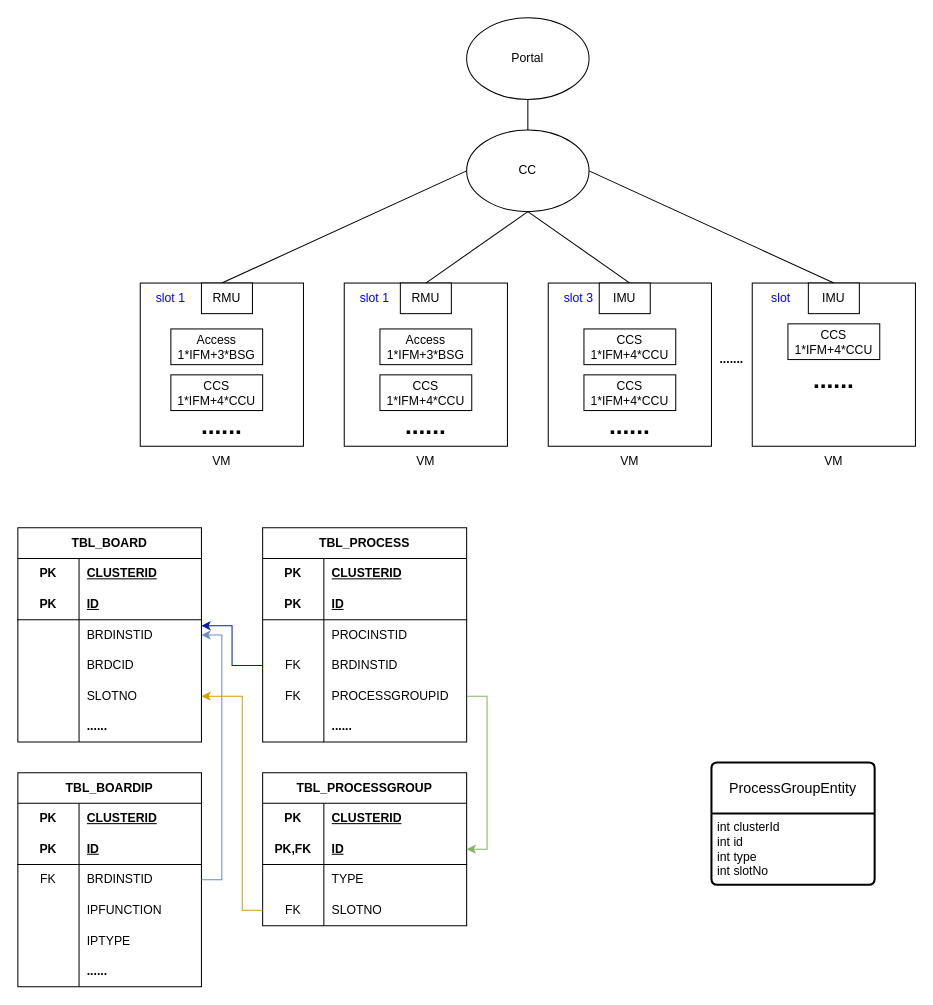
daizuojian/daizuojian.github.io keeps this draw.io diagram as 进程组配置.drawio. Above is the earlier version. Source tidied: cells renumbered, new cells numbered last; positions are measured from the earlier drawing's top-left corner, leaving out a move shared by most shapes. Both pictures are drawn from the tidied source at 102%, with x=0, y=0 at pixel (17, 17).
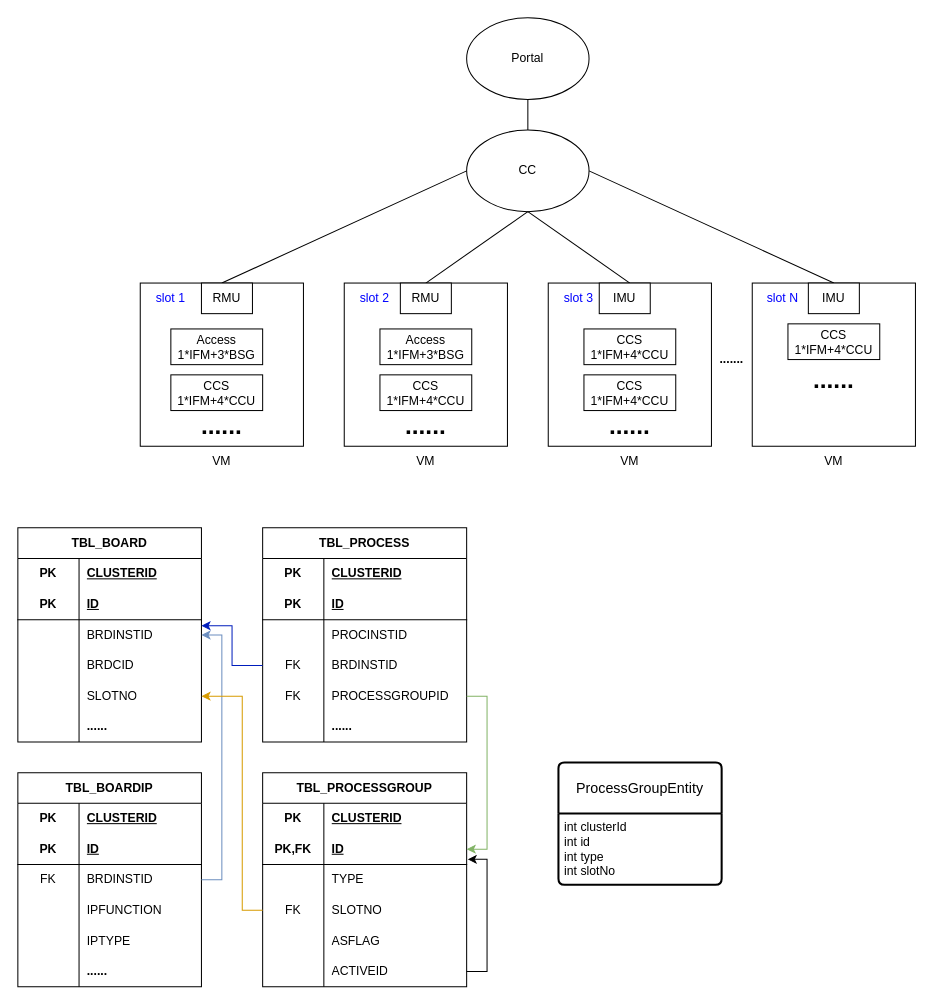
The same diagram, later.

Commit message:
更新进程组配置.drawio

The change refers to these unchanged cells:
```xml
<mxCell id="41" style="shape=tableRow;horizontal=0;startSize=0;swimlaneHead=0;swimlaneBody=0;fillColor=none;points=[[0,0.5],[1,0.5]];portConstraint=eastwest;top=0;left=0;right=0;bottom=1;html=1;" parent="37" vertex="1">
  <mxGeometry y="60" width="200" height="30" as="geometry" />
</mxCell>
```

The edit, as a diff of the source:
```diff
@@
+    <mxCell id="113" style="edgeStyle=orthogonalEdgeStyle;rounded=0;jettySize=auto;html=1;exitX=1;exitY=0.5;exitDx=0;exitDy=0;entryX=1.005;entryY=0.833;entryDx=0;entryDy=0;entryPerimeter=0;" parent="1" edge="1" source="117" target="41">
+      <mxGeometry relative="1" as="geometry" />
+    </mxCell>
@@
-    <mxCell id="34" value="&lt;font color=&quot;#0000ff&quot;&gt;slot 1&lt;/font&gt;" style="text;html=1;strokeColor=none;fillColor=none;align=center;verticalAlign=middle;whiteSpace=wrap;rounded=0;" parent="1" vertex="1">
+    <mxCell id="34" value="&lt;font color=&quot;#0000ff&quot;&gt;slot 2&lt;/font&gt;" style="text;html=1;strokeColor=none;fillColor=none;align=center;verticalAlign=middle;whiteSpace=wrap;rounded=0;" parent="1" vertex="1">
       <mxGeometry x="320" y="260" width="60" height="30" as="geometry" />
     </mxCell>
@@
-    <mxCell id="36" value="&lt;font color=&quot;#0000ff&quot;&gt;slot&amp;nbsp;&lt;/font&gt;" style="text;html=1;strokeColor=none;fillColor=none;align=center;verticalAlign=middle;whiteSpace=wrap;rounded=0;" parent="1" vertex="1">
+    <mxCell id="36" value="&lt;font color=&quot;#0000ff&quot;&gt;slot N&lt;/font&gt;" style="text;html=1;strokeColor=none;fillColor=none;align=center;verticalAlign=middle;whiteSpace=wrap;rounded=0;" parent="1" vertex="1">
       <mxGeometry x="720" y="260" width="60" height="30" as="geometry" />
     </mxCell>
     <mxCell id="37" value="TBL_PROCESSGROUP" style="shape=table;startSize=30;childLayout=tableLayout;rowLines=0;fontStyle=1;align=center;html=1;whiteSpace=wrap;" parent="1" vertex="1">
-      <mxGeometry x="240" y="740" width="200" height="150" as="geometry" />
+      <mxGeometry x="240" y="740" width="200" height="210" as="geometry" />
     </mxCell>
@@
+    <mxCell id="114" style="shape=tableRow;horizontal=0;startSize=0;swimlaneHead=0;swimlaneBody=0;fillColor=none;top=0;left=0;right=0;bottom=0;html=1;" parent="37" vertex="1">
+      <mxGeometry y="150" width="200" height="30" as="geometry" />
+    </mxCell>
+    <mxCell id="115" style="shape=partialRectangle;fillColor=none;top=0;left=0;bottom=0;right=0;overflow=hidden;html=1;whiteSpace=wrap;" parent="114" vertex="1">
+      <mxGeometry width="60" height="30" as="geometry" />
+    </mxCell>
+    <mxCell id="116" value="ASFLAG" style="shape=partialRectangle;fillColor=none;top=0;left=0;bottom=0;right=0;align=left;spacingLeft=6;overflow=hidden;html=1;whiteSpace=wrap;" parent="114" vertex="1">
+      <mxGeometry x="60" width="140" height="30" as="geometry" />
+    </mxCell>
+    <mxCell id="117" style="shape=tableRow;horizontal=0;startSize=0;swimlaneHead=0;swimlaneBody=0;fillColor=none;points=[[0,0.5],[1,0.5]];portConstraint=eastwest;top=0;left=0;right=0;bottom=0;html=1;" parent="37" vertex="1">
+      <mxGeometry y="180" width="200" height="30" as="geometry" />
+    </mxCell>
+    <mxCell id="118" style="shape=partialRectangle;fillColor=none;top=0;left=0;bottom=0;right=0;overflow=hidden;html=1;whiteSpace=wrap;" parent="117" vertex="1">
+      <mxGeometry width="60" height="30" as="geometry" />
+    </mxCell>
+    <mxCell id="119" value="ACTIVEID" style="shape=partialRectangle;fillColor=none;top=0;left=0;bottom=0;right=0;align=left;spacingLeft=6;overflow=hidden;html=1;whiteSpace=wrap;" parent="117" vertex="1">
+      <mxGeometry x="60" width="140" height="30" as="geometry" />
+    </mxCell>
@@
     <mxCell id="111" value="ProcessGroupEntity" style="swimlane;horizontal=1;startSize=50;rounded=1;fontSize=14;fontStyle=0;strokeWidth=2;shadow=0;dashed=0;align=center;arcSize=4;whiteSpace=wrap;html=1;" parent="1" vertex="1">
-      <mxGeometry x="680" y="730" width="160" height="120" as="geometry" />
+      <mxGeometry x="530" y="730" width="160" height="120" as="geometry" />
     </mxCell>
```
